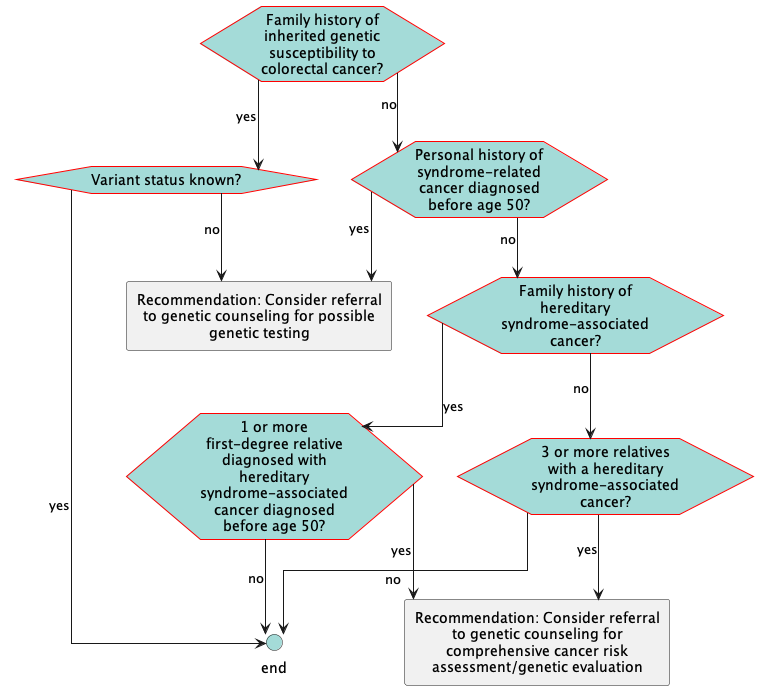
ccsm-cds-tools/CDC-Colorectal-Cancer-Screening-CDS-L2 keeps this PlantUML diagram as images/flow-GeneticRisk.png. Above is the earlier version. Source of this version:
```plantuml
@startuml
hide stereotype
skinparam linetype ortho
<style>
hexagon {
    MaximumWidth: 150
    BackGroundColor: A4DBD8
    LineThickness: 1
    LineColor: red
    HorizontalAlignment: center
}
rectangle {
    MaximumWidth: 250
    HorizontalAlignment: center
}
.end {
    BackGroundColor: #A4DBD8
}
</style>
hexagon "Family history of inherited genetic susceptibility to colorectal cancer?" as eve_FamHxGeneticMarker [[#eve-FamHxGeneticMarker]]
hexagon "Variant status known?" as eve_KnownVariantStatus [[#eve-KnownVariantStatus]]
hexagon "Personal history of syndrome-related cancer diagnosed before age 50?" as eve_PersonalHxSyndromeRelatedCancer [[#eve-PersonalHxSyndromeRelatedCancer]]
hexagon "Family history of hereditary syndrome-associated cancer?" as eve_FamHxSyndromeRelatedCancers [[#eve-FamHxSyndromeRelatedCancers]]
hexagon "1 or more first-degree relative diagnosed with hereditary syndrome-associated cancer diagnosed before age 50?" as eve_SyndromeCancerInFDRBeforeAge50 [[#eve-SyndromeCancerInFDRBeforeAge50]]
hexagon "3 or more relatives with a hereditary syndrome-associated cancer?" as eve_SyndromeCancerIn3OrMoreRelatives [[#eve-SyndromeCancerIn3OrMoreRelatives]]
circle "end" as end_1 <<end>>
rectangle "Recommendation: Consider referral to genetic counseling for possible genetic testing" as act_geneticCounseling [[#act-geneticCounseling]]
rectangle "Recommendation: Consider referral to genetic counseling for comprehensive cancer risk assessment/genetic evaluation" as act_GeneticFamilialRiskEval [[#act-GeneticFamilialRiskEval]]
eve_FamHxGeneticMarker-->eve_KnownVariantStatus: yes
eve_FamHxGeneticMarker-->eve_PersonalHxSyndromeRelatedCancer: no
eve_KnownVariantStatus-->end_1: yes
eve_KnownVariantStatus-->act_geneticCounseling: no
eve_PersonalHxSyndromeRelatedCancer-->act_geneticCounseling: yes
eve_PersonalHxSyndromeRelatedCancer-->eve_FamHxSyndromeRelatedCancers: no
eve_FamHxSyndromeRelatedCancers-->eve_SyndromeCancerInFDRBeforeAge50: yes
eve_FamHxSyndromeRelatedCancers-->eve_SyndromeCancerIn3OrMoreRelatives: no
eve_SyndromeCancerInFDRBeforeAge50-->act_GeneticFamilialRiskEval: yes
eve_SyndromeCancerInFDRBeforeAge50-->end_1: no
eve_SyndromeCancerIn3OrMoreRelatives-->act_GeneticFamilialRiskEval: yes
eve_SyndromeCancerIn3OrMoreRelatives-->end_1: no
@enduml
```
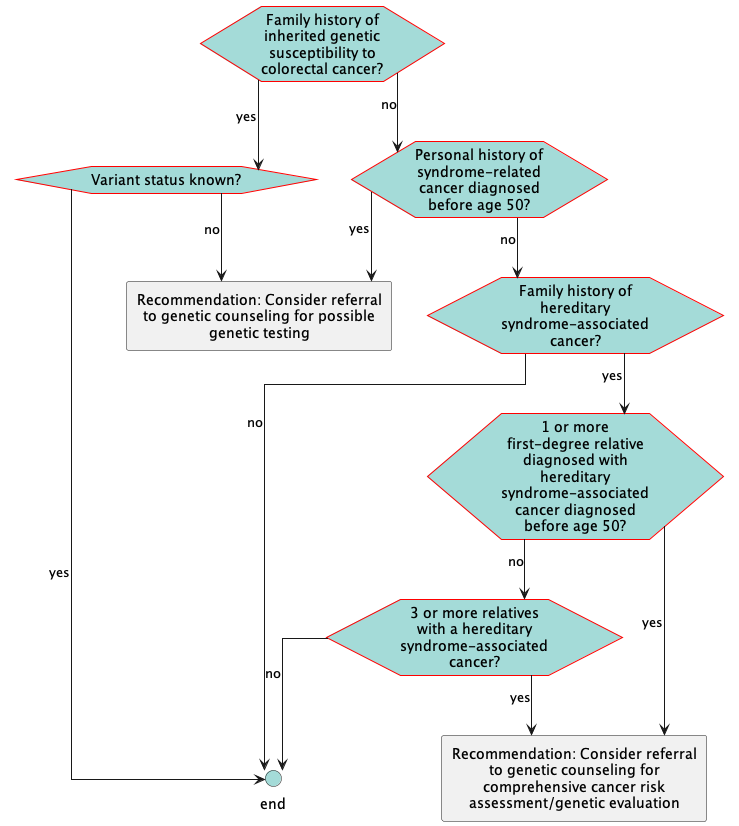
Above is the later version.

Diff of the diagram source:
```diff
@@ -33,9 +33,9 @@
 eve_PersonalHxSyndromeRelatedCancer-->act_geneticCounseling: yes
 eve_PersonalHxSyndromeRelatedCancer-->eve_FamHxSyndromeRelatedCancers: no
 eve_FamHxSyndromeRelatedCancers-->eve_SyndromeCancerInFDRBeforeAge50: yes
-eve_FamHxSyndromeRelatedCancers-->eve_SyndromeCancerIn3OrMoreRelatives: no
+eve_FamHxSyndromeRelatedCancers-->end_1: no
 eve_SyndromeCancerInFDRBeforeAge50-->act_GeneticFamilialRiskEval: yes
-eve_SyndromeCancerInFDRBeforeAge50-->end_1: no
+eve_SyndromeCancerInFDRBeforeAge50-->eve_SyndromeCancerIn3OrMoreRelatives: no
 eve_SyndromeCancerIn3OrMoreRelatives-->act_GeneticFamilialRiskEval: yes
 eve_SyndromeCancerIn3OrMoreRelatives-->end_1: no
 @enduml
```
